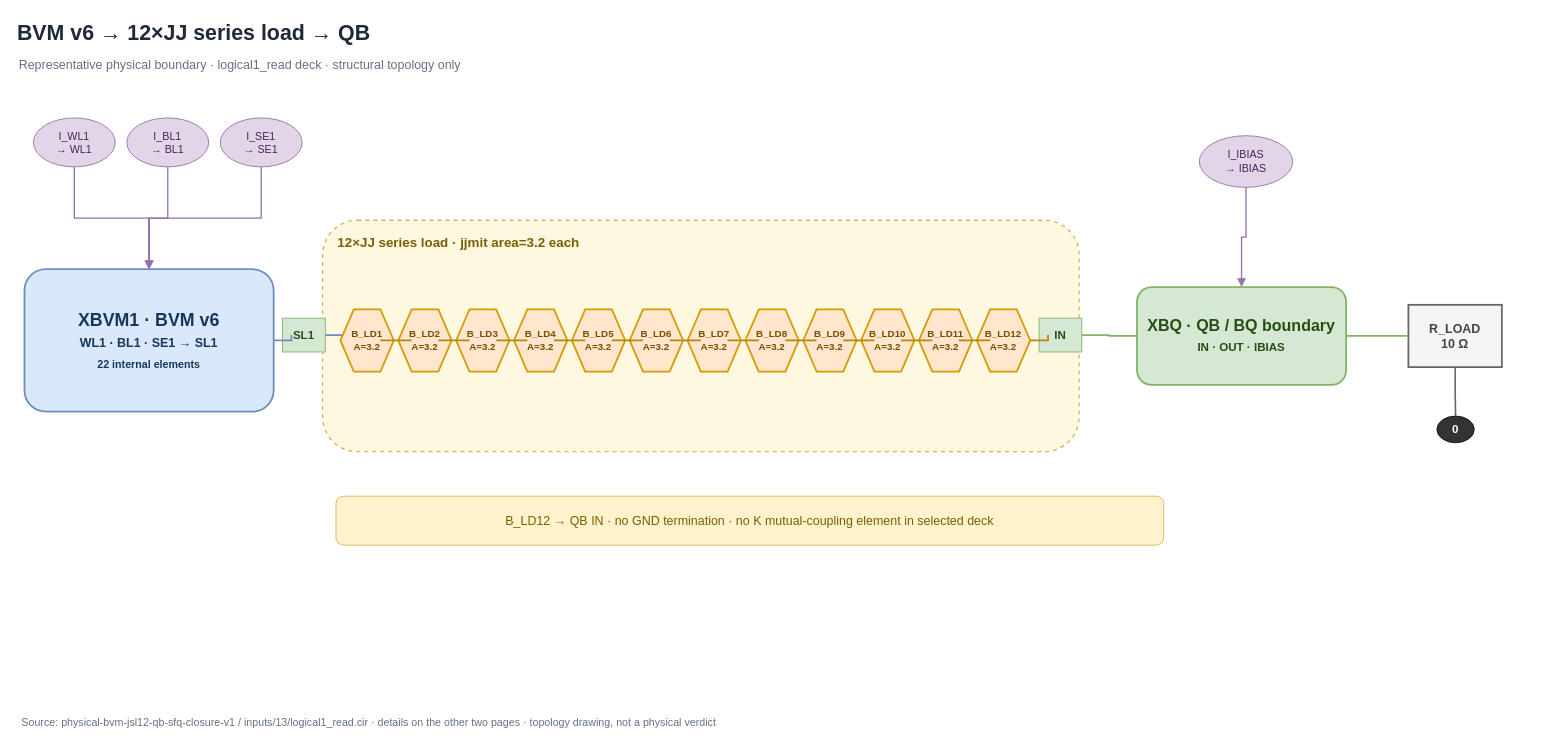
Above: page "Overview" (1 of 3) of circuits/toplogy/bvm-jsl12-topology.drawio in WHHoward/bvm (draw.io), before the change. Source tidied: cells renumbered, new cells numbered last; positions are measured from the earlier drawing's top-left corner, leaving out a move shared by most shapes. Both pictures are drawn from the tidied source at 89%, with x=0, y=0 at pixel (15, 15).
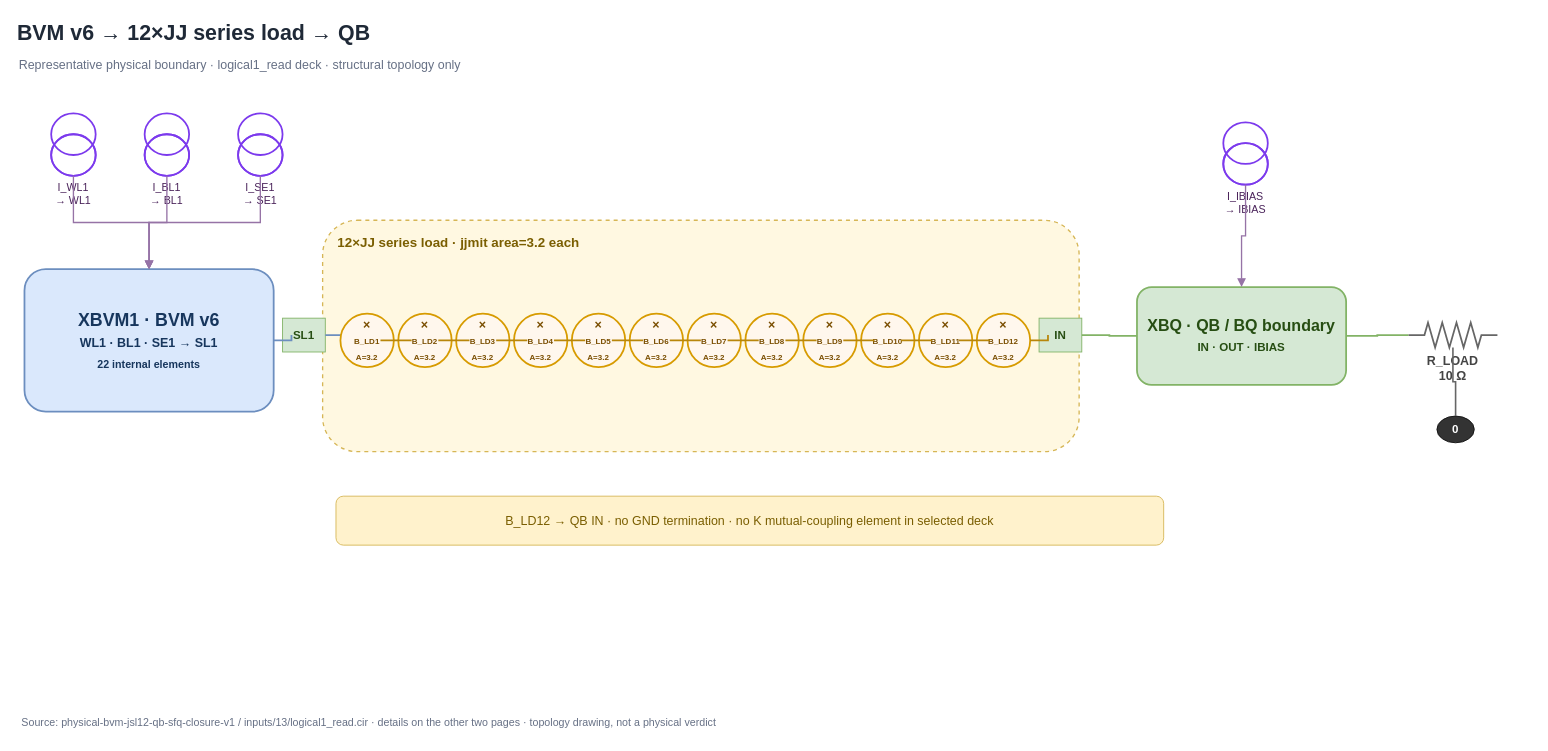
Above is the later version.

What changed in the source:
```diff
@@
-    <mxCell id="5" value="I_WL1&lt;br&gt;→ WL1" style="ellipse;whiteSpace=wrap;html=1;fillColor=#e1d5e7;strokeColor=#9673a6;fontSize=12;fontColor=#4a235a;" parent="1" vertex="1">
-      <mxGeometry x="20" y="115" width="92" height="55" as="geometry" />
+    <mxCell id="5" value="I_WL1&lt;br&gt;→ WL1" style="shape=mxgraph.electrical.signal_sources.current_source;verticalLabelPosition=bottom;verticalAlign=top;whiteSpace=wrap;html=1;fillColor=none;strokeColor=#7c3aed;strokeWidth=2;fontSize=12;fontColor=#4a235a;" parent="1" vertex="1">
+      <mxGeometry x="40" y="110" width="50" height="70" as="geometry" />
     </mxCell>
-    <mxCell id="6" value="I_BL1&lt;br&gt;→ BL1" style="ellipse;whiteSpace=wrap;html=1;fillColor=#e1d5e7;strokeColor=#9673a6;fontSize=12;fontColor=#4a235a;" parent="1" vertex="1">
-      <mxGeometry x="125" y="115" width="92" height="55" as="geometry" />
+    <mxCell id="6" value="I_BL1&lt;br&gt;→ BL1" style="shape=mxgraph.electrical.signal_sources.current_source;verticalLabelPosition=bottom;verticalAlign=top;whiteSpace=wrap;html=1;fillColor=none;strokeColor=#7c3aed;strokeWidth=2;fontSize=12;fontColor=#4a235a;" parent="1" vertex="1">
+      <mxGeometry x="145" y="110" width="50" height="70" as="geometry" />
     </mxCell>
-    <mxCell id="7" value="I_SE1&lt;br&gt;→ SE1" style="ellipse;whiteSpace=wrap;html=1;fillColor=#e1d5e7;strokeColor=#9673a6;fontSize=12;fontColor=#4a235a;" parent="1" vertex="1">
-      <mxGeometry x="230" y="115" width="92" height="55" as="geometry" />
+    <mxCell id="7" value="I_SE1&lt;br&gt;→ SE1" style="shape=mxgraph.electrical.signal_sources.current_source;verticalLabelPosition=bottom;verticalAlign=top;whiteSpace=wrap;html=1;fillColor=none;strokeColor=#7c3aed;strokeWidth=2;fontSize=12;fontColor=#4a235a;" parent="1" vertex="1">
+      <mxGeometry x="250" y="110" width="50" height="70" as="geometry" />
     </mxCell>
@@
-    <mxCell id="15" value="B_LD1&lt;br&gt;A=3.2" style="shape=hexagon;perimeter=hexagonPerimeter;whiteSpace=wrap;html=1;fillColor=#ffe6cc;strokeColor=#d79b00;strokeWidth=2;fontSize=11;fontStyle=1;fontColor=#7a4e00;" parent="1" vertex="1">
-      <mxGeometry x="365" y="330" width="60" height="70" as="geometry" />
+    <mxCell id="15" value="×&lt;br&gt;&lt;font style=&quot;font-size:9px&quot;&gt;B_LD1&lt;br&gt;A=3.2&lt;/font&gt;" style="ellipse;whiteSpace=wrap;html=1;fillColor=#fff7ed;strokeColor=#d79b00;strokeWidth=2;fontSize=14;fontStyle=1;fontColor=#7a4e00;align=center;verticalAlign=middle;" parent="1" vertex="1">
+      <mxGeometry x="365" y="335" width="60" height="60" as="geometry" />
     </mxCell>
-    <mxCell id="16" value="B_LD2&lt;br&gt;A=3.2" style="shape=hexagon;perimeter=hexagonPerimeter;whiteSpace=wrap;html=1;fillColor=#ffe6cc;strokeColor=#d79b00;strokeWidth=2;fontSize=11;fontStyle=1;fontColor=#7a4e00;" parent="1" vertex="1">
-      <mxGeometry x="430" y="330" width="60" height="70" as="geometry" />
+    <mxCell id="16" value="×&lt;br&gt;&lt;font style=&quot;font-size:9px&quot;&gt;B_LD2&lt;br&gt;A=3.2&lt;/font&gt;" style="ellipse;whiteSpace=wrap;html=1;fillColor=#fff7ed;strokeColor=#d79b00;strokeWidth=2;fontSize=14;fontStyle=1;fontColor=#7a4e00;align=center;verticalAlign=middle;" parent="1" vertex="1">
+      <mxGeometry x="430" y="335" width="60" height="60" as="geometry" />
     </mxCell>
-    <mxCell id="17" value="B_LD3&lt;br&gt;A=3.2" style="shape=hexagon;perimeter=hexagonPerimeter;whiteSpace=wrap;html=1;fillColor=#ffe6cc;strokeColor=#d79b00;strokeWidth=2;fontSize=11;fontStyle=1;fontColor=#7a4e00;" parent="1" vertex="1">
-      <mxGeometry x="495" y="330" width="60" height="70" as="geometry" />
+    <mxCell id="17" value="×&lt;br&gt;&lt;font style=&quot;font-size:9px&quot;&gt;B_LD3&lt;br&gt;A=3.2&lt;/font&gt;" style="ellipse;whiteSpace=wrap;html=1;fillColor=#fff7ed;strokeColor=#d79b00;strokeWidth=2;fontSize=14;fontStyle=1;fontColor=#7a4e00;align=center;verticalAlign=middle;" parent="1" vertex="1">
+      <mxGeometry x="495" y="335" width="60" height="60" as="geometry" />
     </mxCell>
-    <mxCell id="18" value="B_LD4&lt;br&gt;A=3.2" style="shape=hexagon;perimeter=hexagonPerimeter;whiteSpace=wrap;html=1;fillColor=#ffe6cc;strokeColor=#d79b00;strokeWidth=2;fontSize=11;fontStyle=1;fontColor=#7a4e00;" parent="1" vertex="1">
-      <mxGeometry x="560" y="330" width="60" height="70" as="geometry" />
+    <mxCell id="18" value="×&lt;br&gt;&lt;font style=&quot;font-size:9px&quot;&gt;B_LD4&lt;br&gt;A=3.2&lt;/font&gt;" style="ellipse;whiteSpace=wrap;html=1;fillColor=#fff7ed;strokeColor=#d79b00;strokeWidth=2;fontSize=14;fontStyle=1;fontColor=#7a4e00;align=center;verticalAlign=middle;" parent="1" vertex="1">
+      <mxGeometry x="560" y="335" width="60" height="60" as="geometry" />
     </mxCell>
-    <mxCell id="19" value="B_LD5&lt;br&gt;A=3.2" style="shape=hexagon;perimeter=hexagonPerimeter;whiteSpace=wrap;html=1;fillColor=#ffe6cc;strokeColor=#d79b00;strokeWidth=2;fontSize=11;fontStyle=1;fontColor=#7a4e00;" parent="1" vertex="1">
-      <mxGeometry x="625" y="330" width="60" height="70" as="geometry" />
+    <mxCell id="19" value="×&lt;br&gt;&lt;font style=&quot;font-size:9px&quot;&gt;B_LD5&lt;br&gt;A=3.2&lt;/font&gt;" style="ellipse;whiteSpace=wrap;html=1;fillColor=#fff7ed;strokeColor=#d79b00;strokeWidth=2;fontSize=14;fontStyle=1;fontColor=#7a4e00;align=center;verticalAlign=middle;" parent="1" vertex="1">
+      <mxGeometry x="625" y="335" width="60" height="60" as="geometry" />
     </mxCell>
-    <mxCell id="20" value="B_LD6&lt;br&gt;A=3.2" style="shape=hexagon;perimeter=hexagonPerimeter;whiteSpace=wrap;html=1;fillColor=#ffe6cc;strokeColor=#d79b00;strokeWidth=2;fontSize=11;fontStyle=1;fontColor=#7a4e00;" parent="1" vertex="1">
-      <mxGeometry x="690" y="330" width="60" height="70" as="geometry" />
+    <mxCell id="20" value="×&lt;br&gt;&lt;font style=&quot;font-size:9px&quot;&gt;B_LD6&lt;br&gt;A=3.2&lt;/font&gt;" style="ellipse;whiteSpace=wrap;html=1;fillColor=#fff7ed;strokeColor=#d79b00;strokeWidth=2;fontSize=14;fontStyle=1;fontColor=#7a4e00;align=center;verticalAlign=middle;" parent="1" vertex="1">
+      <mxGeometry x="690" y="335" width="60" height="60" as="geometry" />
     </mxCell>
-    <mxCell id="21" value="B_LD7&lt;br&gt;A=3.2" style="shape=hexagon;perimeter=hexagonPerimeter;whiteSpace=wrap;html=1;fillColor=#ffe6cc;strokeColor=#d79b00;strokeWidth=2;fontSize=11;fontStyle=1;fontColor=#7a4e00;" parent="1" vertex="1">
-      <mxGeometry x="755" y="330" width="60" height="70" as="geometry" />
+    <mxCell id="21" value="×&lt;br&gt;&lt;font style=&quot;font-size:9px&quot;&gt;B_LD7&lt;br&gt;A=3.2&lt;/font&gt;" style="ellipse;whiteSpace=wrap;html=1;fillColor=#fff7ed;strokeColor=#d79b00;strokeWidth=2;fontSize=14;fontStyle=1;fontColor=#7a4e00;align=center;verticalAlign=middle;" parent="1" vertex="1">
+      <mxGeometry x="755" y="335" width="60" height="60" as="geometry" />
     </mxCell>
-    <mxCell id="22" value="B_LD8&lt;br&gt;A=3.2" style="shape=hexagon;perimeter=hexagonPerimeter;whiteSpace=wrap;html=1;fillColor=#ffe6cc;strokeColor=#d79b00;strokeWidth=2;fontSize=11;fontStyle=1;fontColor=#7a4e00;" parent="1" vertex="1">
-      <mxGeometry x="820" y="330" width="60" height="70" as="geometry" />
+    <mxCell id="22" value="×&lt;br&gt;&lt;font style=&quot;font-size:9px&quot;&gt;B_LD8&lt;br&gt;A=3.2&lt;/font&gt;" style="ellipse;whiteSpace=wrap;html=1;fillColor=#fff7ed;strokeColor=#d79b00;strokeWidth=2;fontSize=14;fontStyle=1;fontColor=#7a4e00;align=center;verticalAlign=middle;" parent="1" vertex="1">
+      <mxGeometry x="820" y="335" width="60" height="60" as="geometry" />
     </mxCell>
-    <mxCell id="23" value="B_LD9&lt;br&gt;A=3.2" style="shape=hexagon;perimeter=hexagonPerimeter;whiteSpace=wrap;html=1;fillColor=#ffe6cc;strokeColor=#d79b00;strokeWidth=2;fontSize=11;fontStyle=1;fontColor=#7a4e00;" parent="1" vertex="1">
-      <mxGeometry x="885" y="330" width="60" height="70" as="geometry" />
+    <mxCell id="23" value="×&lt;br&gt;&lt;font style=&quot;font-size:9px&quot;&gt;B_LD9&lt;br&gt;A=3.2&lt;/font&gt;" style="ellipse;whiteSpace=wrap;html=1;fillColor=#fff7ed;strokeColor=#d79b00;strokeWidth=2;fontSize=14;fontStyle=1;fontColor=#7a4e00;align=center;verticalAlign=middle;" parent="1" vertex="1">
+      <mxGeometry x="885" y="335" width="60" height="60" as="geometry" />
     </mxCell>
-    <mxCell id="24" value="B_LD10&lt;br&gt;A=3.2" style="shape=hexagon;perimeter=hexagonPerimeter;whiteSpace=wrap;html=1;fillColor=#ffe6cc;strokeColor=#d79b00;strokeWidth=2;fontSize=11;fontStyle=1;fontColor=#7a4e00;" parent="1" vertex="1">
-      <mxGeometry x="950" y="330" width="60" height="70" as="geometry" />
+    <mxCell id="24" value="×&lt;br&gt;&lt;font style=&quot;font-size:9px&quot;&gt;B_LD10&lt;br&gt;A=3.2&lt;/font&gt;" style="ellipse;whiteSpace=wrap;html=1;fillColor=#fff7ed;strokeColor=#d79b00;strokeWidth=2;fontSize=14;fontStyle=1;fontColor=#7a4e00;align=center;verticalAlign=middle;" parent="1" vertex="1">
+      <mxGeometry x="950" y="335" width="60" height="60" as="geometry" />
     </mxCell>
-    <mxCell id="25" value="B_LD11&lt;br&gt;A=3.2" style="shape=hexagon;perimeter=hexagonPerimeter;whiteSpace=wrap;html=1;fillColor=#ffe6cc;strokeColor=#d79b00;strokeWidth=2;fontSize=11;fontStyle=1;fontColor=#7a4e00;" parent="1" vertex="1">
-      <mxGeometry x="1015" y="330" width="60" height="70" as="geometry" />
+    <mxCell id="25" value="×&lt;br&gt;&lt;font style=&quot;font-size:9px&quot;&gt;B_LD11&lt;br&gt;A=3.2&lt;/font&gt;" style="ellipse;whiteSpace=wrap;html=1;fillColor=#fff7ed;strokeColor=#d79b00;strokeWidth=2;fontSize=14;fontStyle=1;fontColor=#7a4e00;align=center;verticalAlign=middle;" parent="1" vertex="1">
+      <mxGeometry x="1015" y="335" width="60" height="60" as="geometry" />
     </mxCell>
-    <mxCell id="26" value="B_LD12&lt;br&gt;A=3.2" style="shape=hexagon;perimeter=hexagonPerimeter;whiteSpace=wrap;html=1;fillColor=#ffe6cc;strokeColor=#d79b00;strokeWidth=2;fontSize=11;fontStyle=1;fontColor=#7a4e00;" parent="1" vertex="1">
-      <mxGeometry x="1080" y="330" width="60" height="70" as="geometry" />
+    <mxCell id="26" value="×&lt;br&gt;&lt;font style=&quot;font-size:9px&quot;&gt;B_LD12&lt;br&gt;A=3.2&lt;/font&gt;" style="ellipse;whiteSpace=wrap;html=1;fillColor=#fff7ed;strokeColor=#d79b00;strokeWidth=2;fontSize=14;fontStyle=1;fontColor=#7a4e00;align=center;verticalAlign=middle;" parent="1" vertex="1">
+      <mxGeometry x="1080" y="335" width="60" height="60" as="geometry" />
     </mxCell>
@@
-    <mxCell id="42" value="I_IBIAS&lt;br&gt;→ IBIAS" style="ellipse;whiteSpace=wrap;html=1;fillColor=#e1d5e7;strokeColor=#9673a6;fontSize=12;fontColor=#4a235a;" parent="1" vertex="1">
-      <mxGeometry x="1330" y="135" width="105" height="58" as="geometry" />
+    <mxCell id="42" value="I_IBIAS&lt;br&gt;→ IBIAS" style="shape=mxgraph.electrical.signal_sources.current_source;verticalLabelPosition=bottom;verticalAlign=top;whiteSpace=wrap;html=1;fillColor=none;strokeColor=#7c3aed;strokeWidth=2;fontSize=12;fontColor=#4a235a;" parent="1" vertex="1">
+      <mxGeometry x="1357" y="120" width="50" height="70" as="geometry" />
     </mxCell>
@@
-    <mxCell id="44" value="R_LOAD&lt;br&gt;10 Ω" style="rounded=0;whiteSpace=wrap;html=1;fillColor=#f5f5f5;strokeColor=#666666;strokeWidth=2;fontSize=14;fontStyle=1;fontColor=#444444;" parent="1" vertex="1">
-      <mxGeometry x="1565" y="325" width="105" height="70" as="geometry" />
+    <mxCell id="44" value="R_LOAD&lt;br&gt;10 Ω" style="shape=mxgraph.electrical.resistors.resistor_2;verticalLabelPosition=bottom;verticalAlign=top;whiteSpace=wrap;html=1;fillColor=none;strokeColor=#666666;strokeWidth=2;fontSize=14;fontStyle=1;fontColor=#444444;" parent="1" vertex="1">
+      <mxGeometry x="1565" y="345" width="100" height="28" as="geometry" />
     </mxCell>
```
